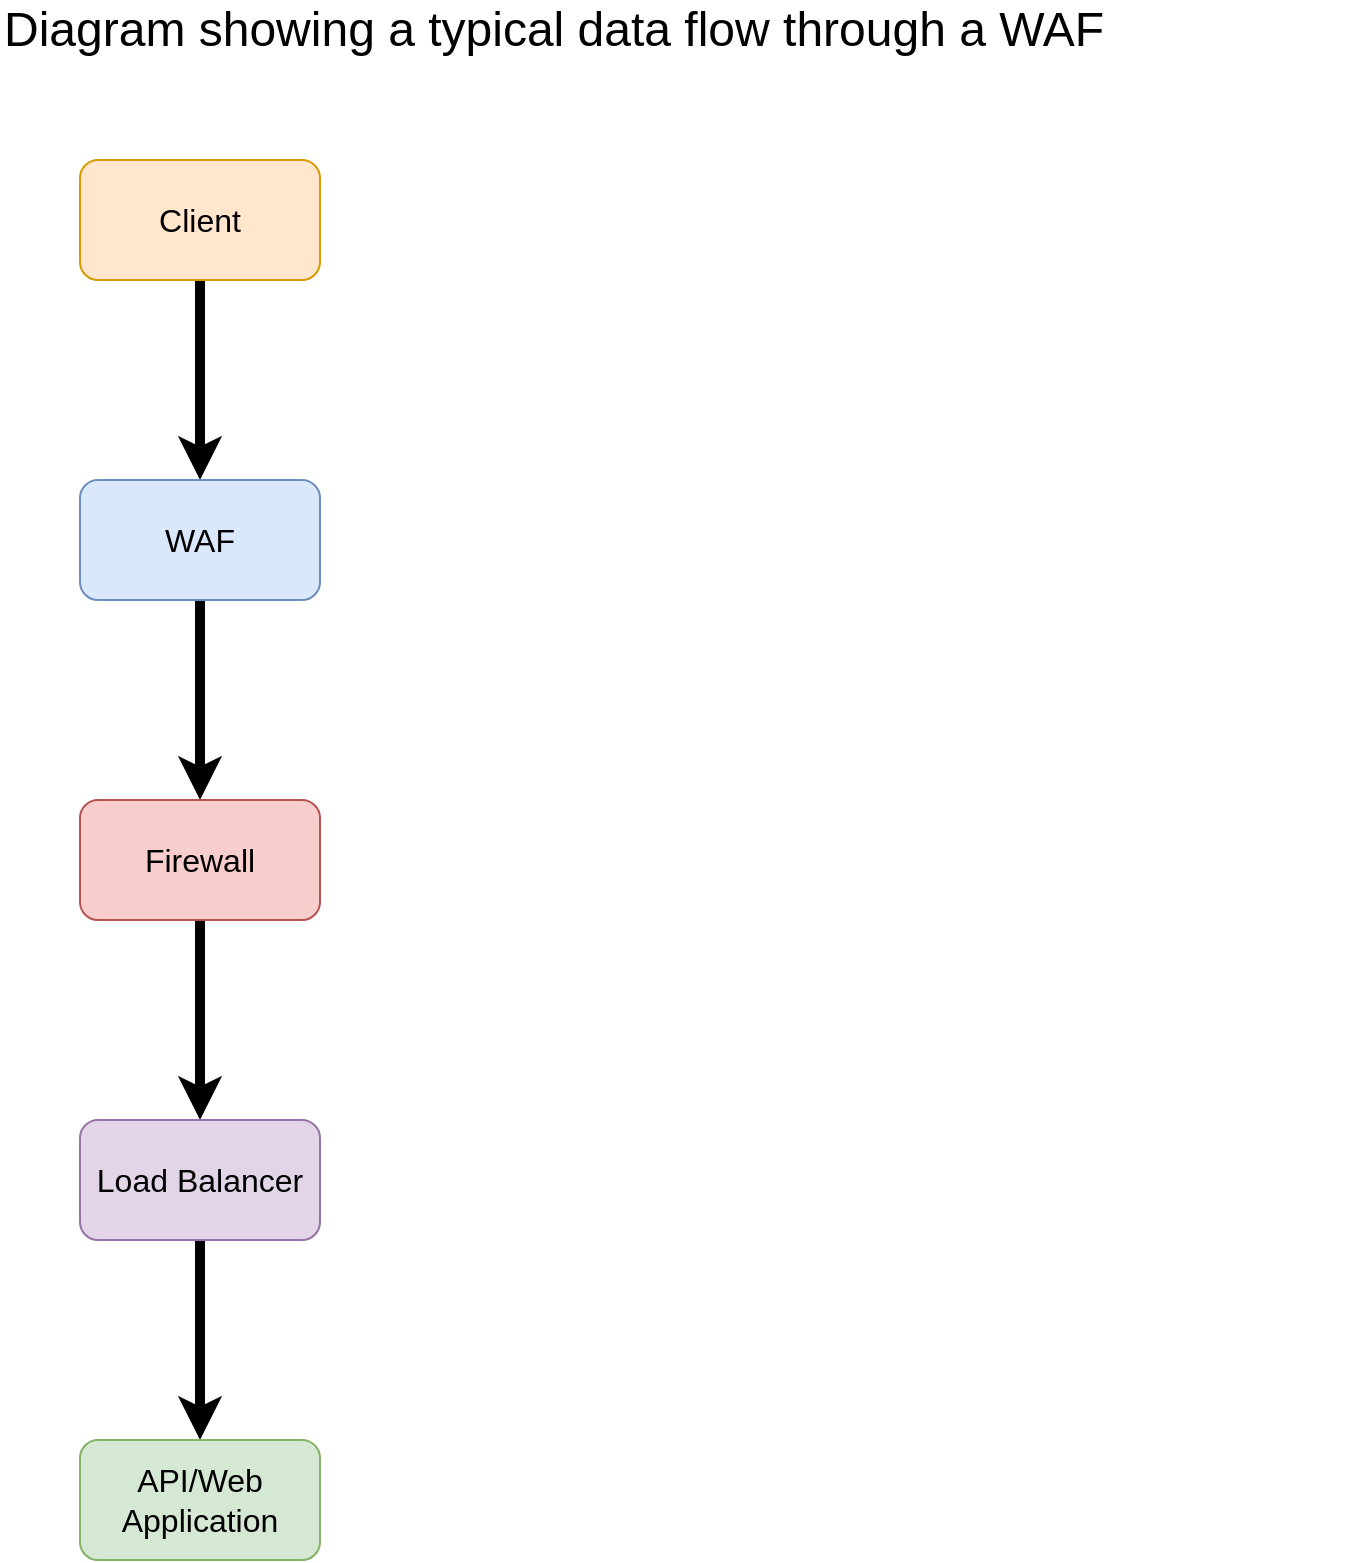
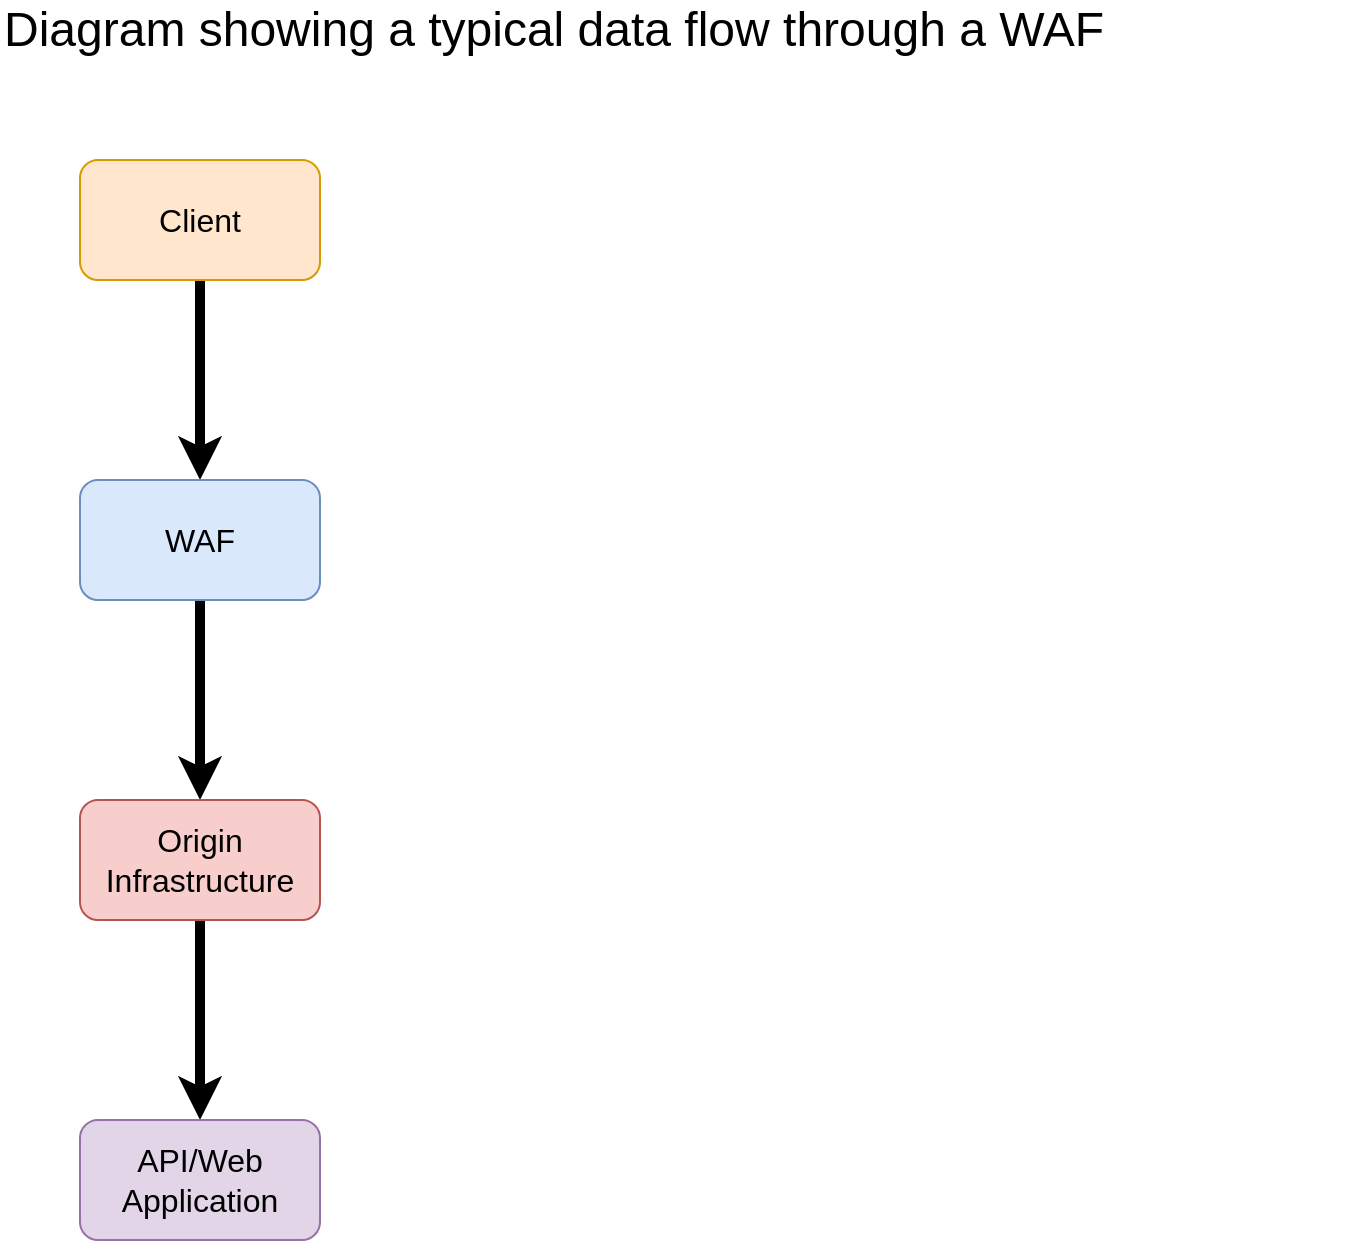
<mxfile host="65bd71144e">
    <diagram id="dkT-Xxb8JBxdDgnTkTXu" name="Page-1">
-         <mxGraphModel dx="724" dy="831" grid="1" gridSize="10" guides="1" tooltips="1" connect="1" arrows="1" fold="1" page="1" pageScale="1" pageWidth="850" pageHeight="1100" background="#ffffff" math="0" shadow="0">
+         <mxGraphModel dx="594" dy="575" grid="1" gridSize="10" guides="1" tooltips="1" connect="1" arrows="1" fold="1" page="1" pageScale="1" pageWidth="850" pageHeight="1100" background="#ffffff" math="0" shadow="0">
            <root>
                <mxCell id="0"/>
                <mxCell id="1" parent="0"/>
                <mxCell id="5" value="" style="edgeStyle=none;html=1;fontSize=16;strokeWidth=5;" parent="1" source="2" target="4" edge="1">
                    <mxGeometry relative="1" as="geometry"/>
                </mxCell>
                <mxCell id="2" value="Client" style="rounded=1;whiteSpace=wrap;html=1;fillColor=#ffe6cc;strokeColor=#d79b00;fontSize=16;" parent="1" vertex="1">
                    <mxGeometry x="80" y="120" width="120" height="60" as="geometry"/>
                </mxCell>
                <mxCell id="8" value="" style="edgeStyle=none;html=1;fontSize=16;strokeWidth=5;" parent="1" source="4" target="7" edge="1">
                    <mxGeometry relative="1" as="geometry"/>
                </mxCell>
                <mxCell id="4" value="WAF" style="rounded=1;whiteSpace=wrap;html=1;fillColor=#dae8fc;strokeColor=#6c8ebf;fontSize=16;" parent="1" vertex="1">
                    <mxGeometry x="80" y="280" width="120" height="60" as="geometry"/>
                </mxCell>
                <mxCell id="10" value="" style="edgeStyle=none;html=1;fontSize=16;strokeWidth=5;" parent="1" source="7" target="9" edge="1">
                    <mxGeometry relative="1" as="geometry"/>
                </mxCell>
-                 <mxCell id="7" value="Firewall" style="rounded=1;whiteSpace=wrap;html=1;fillColor=#f8cecc;strokeColor=#b85450;fontSize=16;" parent="1" vertex="1">
+                 <mxCell id="7" value="Origin Infrastructure" style="rounded=1;whiteSpace=wrap;html=1;fillColor=#f8cecc;strokeColor=#b85450;fontSize=16;" parent="1" vertex="1">
                    <mxGeometry x="80" y="440" width="120" height="60" as="geometry"/>
                </mxCell>
-                 <mxCell id="12" value="" style="edgeStyle=none;html=1;fontSize=16;strokeWidth=5;" parent="1" source="9" target="11" edge="1">
-                     <mxGeometry relative="1" as="geometry"/>
-                 </mxCell>
-                 <mxCell id="9" value="Load Balancer" style="rounded=1;whiteSpace=wrap;html=1;fillColor=#e1d5e7;strokeColor=#9673a6;fontSize=16;" parent="1" vertex="1">
+                 <mxCell id="9" value="&lt;span style=&quot;color: rgb(0, 0, 0);&quot;&gt;API/Web Application&lt;/span&gt;" style="rounded=1;whiteSpace=wrap;html=1;fillColor=#e1d5e7;strokeColor=#9673a6;fontSize=16;" parent="1" vertex="1">
                    <mxGeometry x="80" y="600" width="120" height="60" as="geometry"/>
-                 </mxCell>
-                 <mxCell id="11" value="API/Web Application" style="rounded=1;whiteSpace=wrap;html=1;fillColor=#d5e8d4;strokeColor=#82b366;fontSize=16;" parent="1" vertex="1">
-                     <mxGeometry x="80" y="760" width="120" height="60" as="geometry"/>
                </mxCell>
                <mxCell id="13" value="Diagram showing a typical data flow through a WAF" style="text;html=1;align=left;verticalAlign=middle;whiteSpace=wrap;rounded=0;fontSize=24;" parent="1" vertex="1">
                    <mxGeometry x="40" y="40" width="680" height="30" as="geometry"/>
                </mxCell>
            </root>
        </mxGraphModel>
    </diagram>
</mxfile>